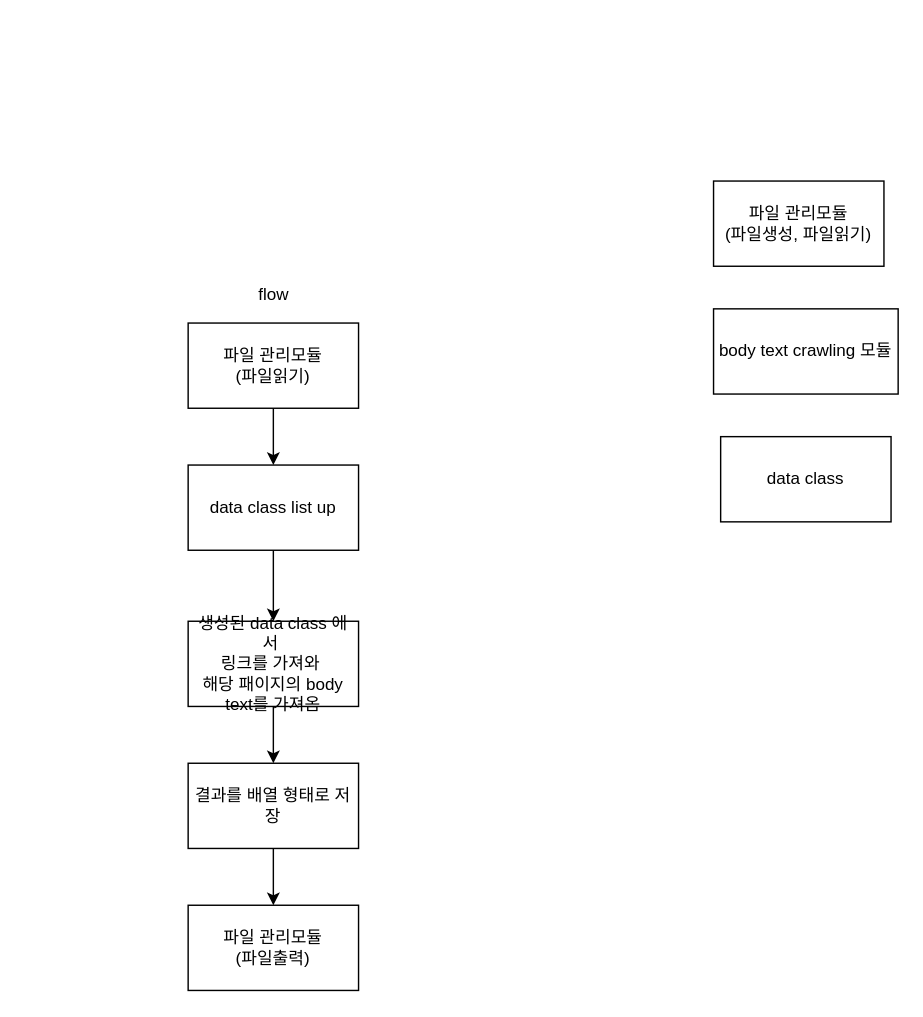
Earlier version of the draw.io diagram blueprint.dio (cosmetheus/page_crawling_module). Source tidied: cells renumbered, new cells numbered last; positions are measured from the earlier drawing's top-left corner, leaving out a move shared by most shapes. Both pictures are drawn from the tidied source at 142%, with x=0, y=0 at pixel (187, 180).
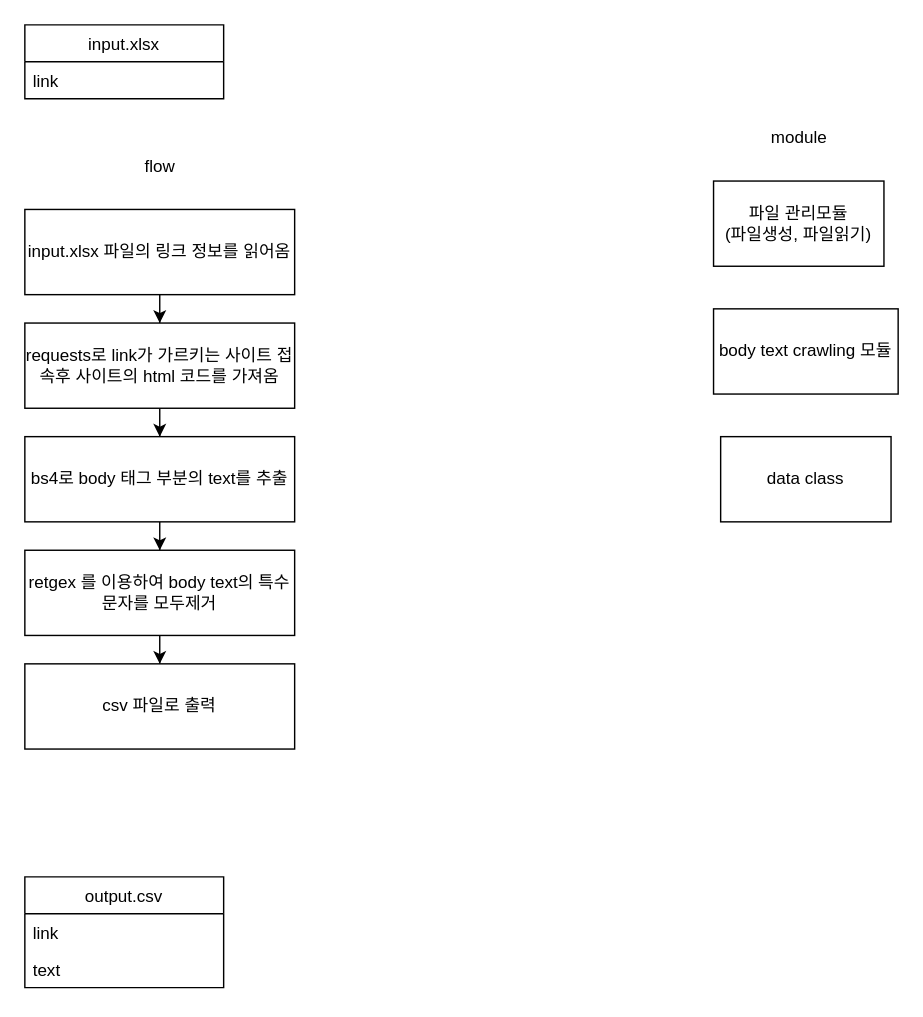
After the change.

Change to the diagram source:
```diff
@@
-    <mxCell id="4" style="edgeStyle=orthogonalEdgeStyle;rounded=0;jettySize=auto;html=1;entryX=0.5;entryY=0;entryDx=0;entryDy=0;" parent="1" edge="1" source="5" target="9">
-      <mxGeometry relative="1" as="geometry" />
-    </mxCell>
-    <mxCell id="5" value="&lt;span&gt;파일 관리모듈&lt;/span&gt;&lt;br&gt;&lt;span&gt;(파일읽기)&lt;/span&gt;" style="rounded=0;whiteSpace=wrap;html=1;" parent="1" vertex="1">
-      <mxGeometry y="100" width="120" height="60" as="geometry" />
-    </mxCell>
     <mxCell id="6" value="flow" style="text;html=1;align=center;verticalAlign=middle;" parent="1" vertex="1">
-      <mxGeometry x="40" y="70" width="40" height="20" as="geometry" />
+      <mxGeometry x="-40" y="-20" width="40" height="20" as="geometry" />
     </mxCell>
@@
-    <mxCell id="8" style="edgeStyle=orthogonalEdgeStyle;rounded=0;jettySize=auto;html=1;entryX=0.5;entryY=0;entryDx=0;entryDy=0;" parent="1" edge="1" source="9" target="11">
-      <mxGeometry relative="1" as="geometry" />
-    </mxCell>
-    <mxCell id="9" value="data class list up" style="rounded=0;whiteSpace=wrap;html=1;" parent="1" vertex="1">
-      <mxGeometry y="200" width="120" height="60" as="geometry" />
-    </mxCell>
-    <mxCell id="10" style="edgeStyle=orthogonalEdgeStyle;rounded=0;jettySize=auto;html=1;" parent="1" edge="1" source="11" target="13">
-      <mxGeometry relative="1" as="geometry" />
-    </mxCell>
-    <mxCell id="11" value="생성된 data class 에서&amp;nbsp;&lt;br&gt;링크를 가져와&amp;nbsp;&lt;br&gt;해당 패이지의 body text를 가져옴" style="rounded=0;whiteSpace=wrap;html=1;" parent="1" vertex="1">
-      <mxGeometry y="310" width="120" height="60" as="geometry" />
-    </mxCell>
-    <mxCell id="12" style="edgeStyle=orthogonalEdgeStyle;rounded=0;jettySize=auto;html=1;entryX=0.5;entryY=0;entryDx=0;entryDy=0;" parent="1" edge="1" source="13" target="14">
-      <mxGeometry relative="1" as="geometry" />
-    </mxCell>
-    <mxCell id="13" value="결과를 배열 형태로 저장" style="rounded=0;whiteSpace=wrap;html=1;" parent="1" vertex="1">
-      <mxGeometry y="410" width="120" height="60" as="geometry" />
-    </mxCell>
-    <mxCell id="14" value="&lt;span&gt;파일 관리모듈&lt;/span&gt;&lt;br&gt;&lt;span&gt;(파일출력)&lt;/span&gt;" style="rounded=0;whiteSpace=wrap;html=1;" parent="1" vertex="1">
-      <mxGeometry y="510" width="120" height="60" as="geometry" />
-    </mxCell>
+    <mxCell id="15" value="module" style="text;html=1;align=center;verticalAlign=middle;" parent="1" vertex="1">
+      <mxGeometry x="405" y="-40" width="50" height="20" as="geometry" />
+    </mxCell>
+    <mxCell id="16" style="edgeStyle=orthogonalEdgeStyle;rounded=0;jettySize=auto;html=1;" parent="1" edge="1" source="17" target="19">
+      <mxGeometry relative="1" as="geometry" />
+    </mxCell>
+    <mxCell id="17" value="input.xlsx 파일의 링크 정보를 읽어옴" style="rounded=0;whiteSpace=wrap;html=1;" parent="1" vertex="1">
+      <mxGeometry x="-115" y="20" width="190" height="60" as="geometry" />
+    </mxCell>
+    <mxCell id="18" style="edgeStyle=orthogonalEdgeStyle;rounded=0;jettySize=auto;html=1;" parent="1" edge="1" source="19" target="21">
+      <mxGeometry relative="1" as="geometry" />
+    </mxCell>
+    <mxCell id="19" value="requests로 link가 가르키는 사이트 접속후 사이트의 html 코드를 가져옴" style="rounded=0;whiteSpace=wrap;html=1;" parent="1" vertex="1">
+      <mxGeometry x="-115" y="100" width="190" height="60" as="geometry" />
+    </mxCell>
+    <mxCell id="20" style="edgeStyle=orthogonalEdgeStyle;rounded=0;jettySize=auto;html=1;" parent="1" edge="1" source="21" target="23">
+      <mxGeometry relative="1" as="geometry" />
+    </mxCell>
+    <mxCell id="21" value="bs4로 body 태그 부분의 text를 추출" style="rounded=0;whiteSpace=wrap;html=1;" parent="1" vertex="1">
+      <mxGeometry x="-115" y="180" width="190" height="60" as="geometry" />
+    </mxCell>
+    <mxCell id="22" style="edgeStyle=orthogonalEdgeStyle;rounded=0;jettySize=auto;html=1;entryX=0.5;entryY=0;entryDx=0;entryDy=0;" parent="1" edge="1" source="23" target="24">
+      <mxGeometry relative="1" as="geometry" />
+    </mxCell>
+    <mxCell id="23" value="retgex 를 이용하여 body text의 특수문자를 모두제거" style="rounded=0;whiteSpace=wrap;html=1;" parent="1" vertex="1">
+      <mxGeometry x="-115" y="260" width="190" height="60" as="geometry" />
+    </mxCell>
+    <mxCell id="24" value="csv 파일로 출력" style="rounded=0;whiteSpace=wrap;html=1;" parent="1" vertex="1">
+      <mxGeometry x="-115" y="340" width="190" height="60" as="geometry" />
+    </mxCell>
+    <mxCell id="25" value="input.xlsx" style="swimlane;fontStyle=0;horizontal=1;startSize=26;fillColor=none;" parent="1" vertex="1">
+      <mxGeometry x="-115" y="-110" width="140" height="52" as="geometry" />
+    </mxCell>
+    <mxCell id="26" value="link" style="text;strokeColor=none;fillColor=none;align=left;verticalAlign=top;spacingLeft=4;spacingRight=4;overflow=hidden;" parent="25" vertex="1">
+      <mxGeometry y="26" width="140" height="26" as="geometry" />
+    </mxCell>
+    <mxCell id="27" value="output.csv" style="swimlane;fontStyle=0;horizontal=1;startSize=26;fillColor=none;" parent="1" vertex="1">
+      <mxGeometry x="-115" y="490" width="140" height="78" as="geometry" />
+    </mxCell>
+    <mxCell id="28" value="link" style="text;strokeColor=none;fillColor=none;align=left;verticalAlign=top;spacingLeft=4;spacingRight=4;overflow=hidden;" parent="27" vertex="1">
+      <mxGeometry y="26" width="140" height="26" as="geometry" />
+    </mxCell>
+    <mxCell id="29" value="text" style="text;strokeColor=none;fillColor=none;align=left;verticalAlign=top;spacingLeft=4;spacingRight=4;overflow=hidden;" parent="27" vertex="1">
+      <mxGeometry y="52" width="140" height="26" as="geometry" />
+    </mxCell>
```
